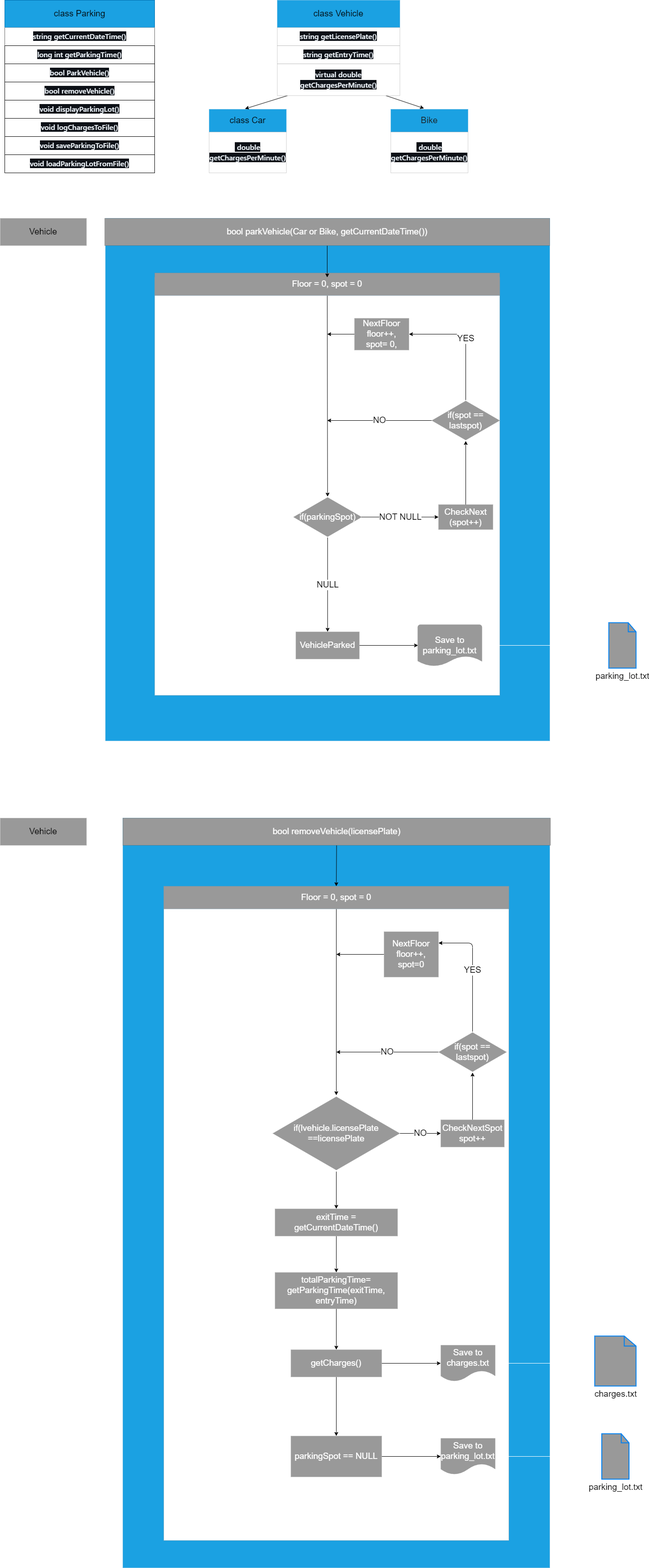
Before: VehicleParking/FlowDiagram.png, a diagram exported from draw.io (tusharx0809/OOPS-Projects-cpp). Source tidied: cells renumbered, new cells last; positions are measured from the earlier drawing's top-left corner, leaving out a move shared by most shapes.
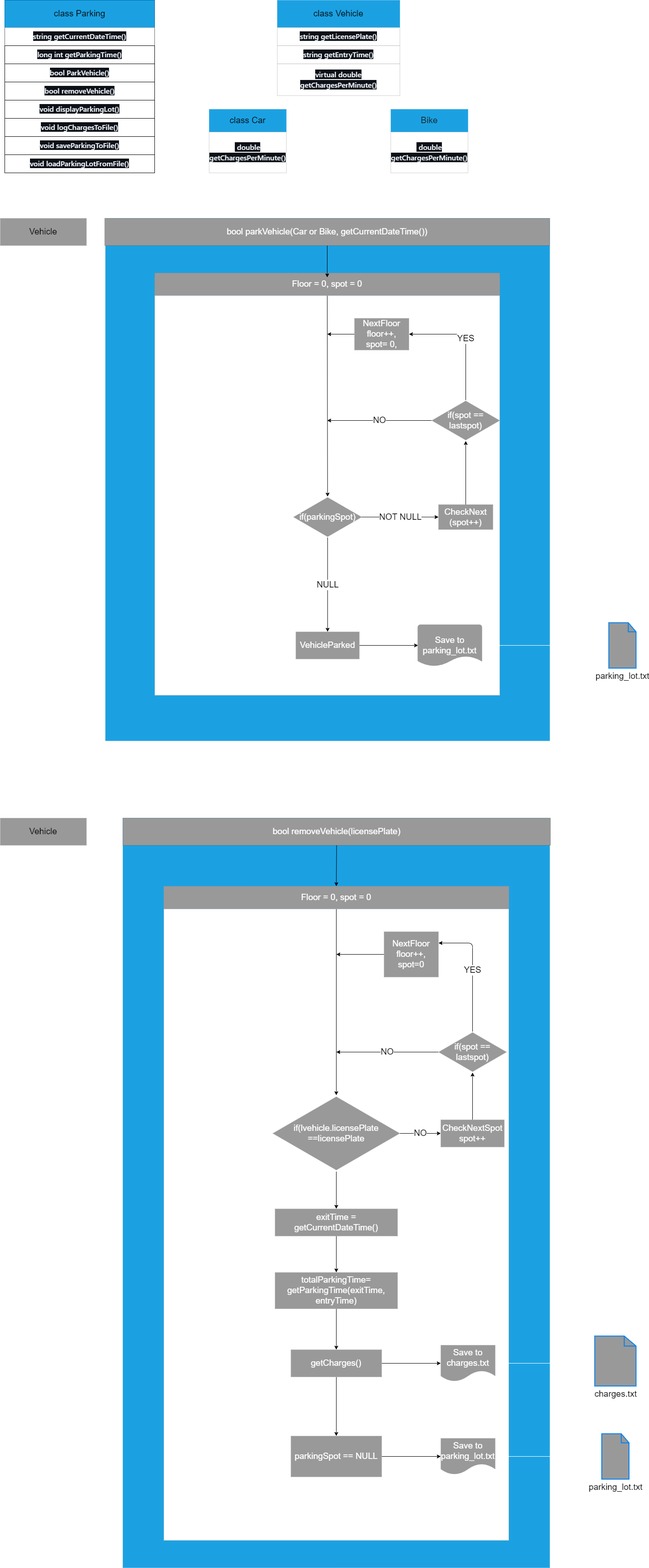
The same file after the commit.

What changed in the source:
```diff
@@ -41,10 +41,10 @@
     <mxCell id="14" value="&lt;span style=&quot;box-sizing: border-box; font-weight: var(--base-text-weight-semibold, 600); color: rgb(240, 246, 252); font-family: -apple-system, BlinkMacSystemFont, &amp;quot;Segoe UI&amp;quot;, &amp;quot;Noto Sans&amp;quot;, Helvetica, Arial, sans-serif, &amp;quot;Apple Color Emoji&amp;quot;, &amp;quot;Segoe UI Emoji&amp;quot;; font-size: 16px; text-align: left; background-color: rgb(13, 17, 23);&quot;&gt;string getEntryTime()&lt;/span&gt;" style="rounded=0;whiteSpace=wrap;html=1;fontSize=19;strokeWidth=0;" parent="1" vertex="1">
       <mxGeometry x="610" y="100" width="270" height="40" as="geometry" />
     </mxCell>
-    <mxCell id="15" style="edgeStyle=none;html=1;entryX=0.465;entryY=-0.02;entryDx=0;entryDy=0;entryPerimeter=0;fontSize=19;fontColor=#000000;" parent="1" edge="1" source="17" target="18">
+    <mxCell id="15" style="edgeStyle=none;html=1;entryX=0.465;entryY=-0.02;entryDx=0;entryDy=0;entryPerimeter=0;fontSize=19;fontColor=#000000;strokeColor=#FFFFFF;" parent="1" edge="1" source="17" target="18">
       <mxGeometry relative="1" as="geometry" />
     </mxCell>
-    <mxCell id="16" style="edgeStyle=none;html=1;entryX=0.429;entryY=-0.04;entryDx=0;entryDy=0;entryPerimeter=0;fontSize=19;fontColor=#000000;" parent="1" edge="1" source="17" target="20">
+    <mxCell id="16" style="edgeStyle=none;html=1;entryX=0.429;entryY=-0.04;entryDx=0;entryDy=0;entryPerimeter=0;fontSize=19;fontColor=#000000;strokeColor=#FFFFFF;" parent="1" edge="1" source="17" target="20">
       <mxGeometry relative="1" as="geometry" />
     </mxCell>
     <mxCell id="17" value="&lt;span style=&quot;box-sizing: border-box; font-weight: var(--base-text-weight-semibold, 600); color: rgb(240, 246, 252); font-family: -apple-system, BlinkMacSystemFont, &amp;quot;Segoe UI&amp;quot;, &amp;quot;Noto Sans&amp;quot;, Helvetica, Arial, sans-serif, &amp;quot;Apple Color Emoji&amp;quot;, &amp;quot;Segoe UI Emoji&amp;quot;; font-size: 16px; text-align: left; background-color: rgb(13, 17, 23);&quot;&gt;virtual double getChargesPerMinute()&lt;/span&gt;" style="rounded=0;whiteSpace=wrap;html=1;fontSize=19;strokeWidth=0;" parent="1" vertex="1">
```
